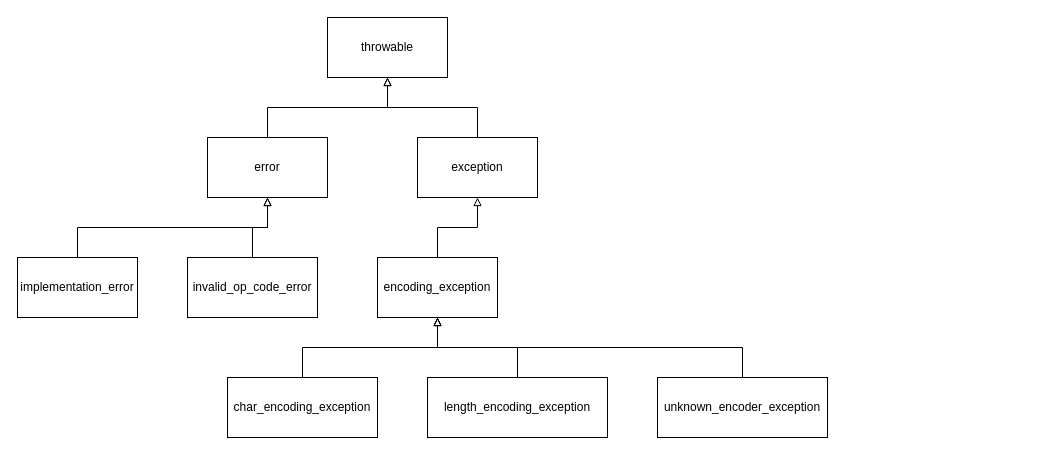
This is page "exception" (4 of 4) of Components.drawio from bialang/bia, a draw.io file, before an edit. Source tidied: cells renumbered, new cells numbered last; positions are measured from the earlier drawing's top-left corner, leaving out a move shared by most shapes. Both pictures are drawn from the tidied source at 100%, with x=0, y=0 at pixel (17, 17).
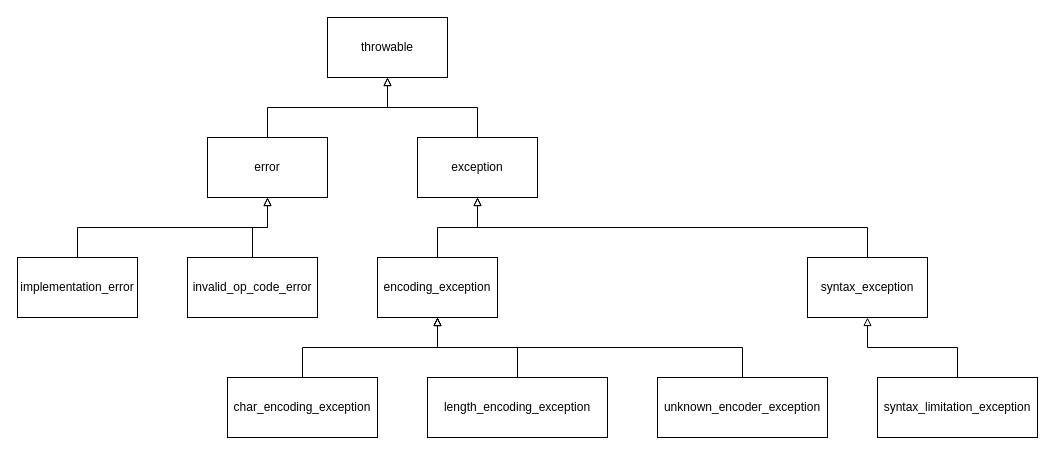
The same diagram, later.

The change refers to these unchanged cells:
```xml
<mxCell id="6" value="exception" style="rounded=0;whiteSpace=wrap;html=1;" parent="1" vertex="1">
  <mxGeometry x="400" y="120" width="120" height="60" as="geometry" />
</mxCell>
```

The edit, as a diff of the source:
```diff
@@
+    <mxCell id="19" style="edgeStyle=elbowEdgeStyle;rounded=0;jettySize=auto;html=1;elbow=vertical;endArrow=block;endFill=0;" parent="1" edge="1" source="20" target="6">
+      <mxGeometry relative="1" as="geometry" />
+    </mxCell>
+    <mxCell id="20" value="syntax_exception" style="rounded=0;whiteSpace=wrap;html=1;" parent="1" vertex="1">
+      <mxGeometry x="790" y="240" width="120" height="60" as="geometry" />
+    </mxCell>
+    <mxCell id="21" style="edgeStyle=elbowEdgeStyle;rounded=0;jettySize=auto;elbow=vertical;html=1;endArrow=block;endFill=0;" parent="1" edge="1" source="22" target="20">
+      <mxGeometry relative="1" as="geometry" />
+    </mxCell>
+    <mxCell id="22" value="syntax_limitation_exception" style="rounded=0;whiteSpace=wrap;html=1;" parent="1" vertex="1">
+      <mxGeometry x="860" y="360" width="160" height="60" as="geometry" />
+    </mxCell>
```
